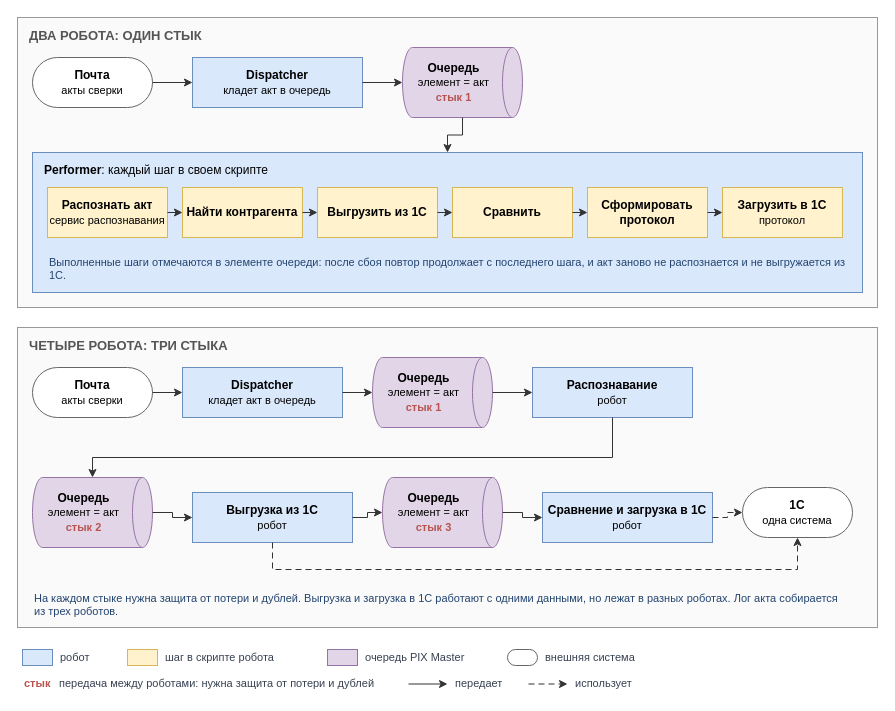
Earlier version of the draw.io diagram page "project / project-split" (3 of 8) of images/diagrams.drawio (TheMrDJek/PixRpaDevelopmentConventions). Source tidied: cells renumbered, new cells numbered last; positions are measured from the earlier drawing's top-left corner, leaving out a move shared by most shapes. Both pictures are drawn from the tidied source at 100%, with x=0, y=0 at pixel (17, 17).
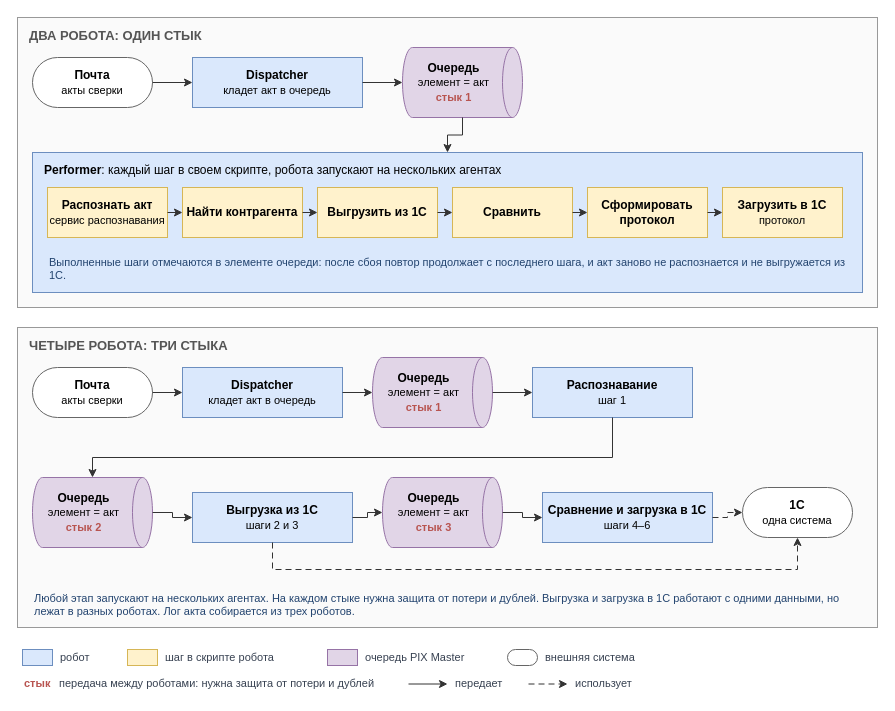
The same page after the edit.

Commit message (it also covers changes not shown here):
docs: project.md, пример сверки актов подробнее: процесс, шаги, оба варианта масштабируются

The edit, as a diff of the source:
```diff
@@
-    <mxCell id="8" value="&lt;b&gt;Performer&lt;/b&gt;: каждый шаг в своем скрипте" style="rounded=0;fillColor=#DAE8FC;strokeColor=#6C8EBF;strokeWidth=1;fontColor=#000000;fontSize=12;whiteSpace=wrap;html=1;fontFamily=Helvetica;verticalAlign=top;align=left;spacingLeft=10;spacingTop=4;" parent="1" vertex="1">
+    <mxCell id="8" value="&lt;b&gt;Performer&lt;/b&gt;: каждый шаг в своем скрипте, робота запускают на нескольких агентах" style="rounded=0;fillColor=#DAE8FC;strokeColor=#6C8EBF;strokeWidth=1;fontColor=#000000;fontSize=12;whiteSpace=wrap;html=1;fontFamily=Helvetica;verticalAlign=top;align=left;spacingLeft=10;spacingTop=4;" parent="1" vertex="1">
       <mxGeometry x="15" y="135" width="830" height="140" as="geometry" />
     </mxCell>
@@
-    <mxCell id="26" value="&lt;b&gt;Распознавание&lt;/b&gt;&lt;br&gt;&lt;font style=&quot;font-size:11px&quot;&gt;робот&lt;/font&gt;" style="rounded=0;fillColor=#DAE8FC;strokeColor=#6C8EBF;strokeWidth=1;fontColor=#000000;fontSize=12;whiteSpace=wrap;html=1;fontFamily=Helvetica;" parent="1" vertex="1">
+    <mxCell id="26" value="&lt;b&gt;Распознавание&lt;/b&gt;&lt;br&gt;&lt;font style=&quot;font-size:11px&quot;&gt;шаг 1&lt;/font&gt;" style="rounded=0;fillColor=#DAE8FC;strokeColor=#6C8EBF;strokeWidth=1;fontColor=#000000;fontSize=12;whiteSpace=wrap;html=1;fontFamily=Helvetica;" parent="1" vertex="1">
       <mxGeometry x="515" y="350" width="160" height="50" as="geometry" />
     </mxCell>
@@
-    <mxCell id="28" value="&lt;b&gt;Выгрузка из 1С&lt;/b&gt;&lt;br&gt;&lt;font style=&quot;font-size:11px&quot;&gt;робот&lt;/font&gt;" style="rounded=0;fillColor=#DAE8FC;strokeColor=#6C8EBF;strokeWidth=1;fontColor=#000000;fontSize=12;whiteSpace=wrap;html=1;fontFamily=Helvetica;" parent="1" vertex="1">
+    <mxCell id="28" value="&lt;b&gt;Выгрузка из 1С&lt;/b&gt;&lt;br&gt;&lt;font style=&quot;font-size:11px&quot;&gt;шаги 2 и 3&lt;/font&gt;" style="rounded=0;fillColor=#DAE8FC;strokeColor=#6C8EBF;strokeWidth=1;fontColor=#000000;fontSize=12;whiteSpace=wrap;html=1;fontFamily=Helvetica;" parent="1" vertex="1">
       <mxGeometry x="175" y="475" width="160" height="50" as="geometry" />
     </mxCell>
@@
-    <mxCell id="30" value="&lt;b&gt;Сравнение и загрузка в 1С&lt;/b&gt;&lt;br&gt;&lt;font style=&quot;font-size:11px&quot;&gt;робот&lt;/font&gt;" style="rounded=0;fillColor=#DAE8FC;strokeColor=#6C8EBF;strokeWidth=1;fontColor=#000000;fontSize=12;whiteSpace=wrap;html=1;fontFamily=Helvetica;" parent="1" vertex="1">
+    <mxCell id="30" value="&lt;b&gt;Сравнение и загрузка в 1С&lt;/b&gt;&lt;br&gt;&lt;font style=&quot;font-size:11px&quot;&gt;шаги 4–6&lt;/font&gt;" style="rounded=0;fillColor=#DAE8FC;strokeColor=#6C8EBF;strokeWidth=1;fontColor=#000000;fontSize=12;whiteSpace=wrap;html=1;fontFamily=Helvetica;" parent="1" vertex="1">
       <mxGeometry x="525" y="475" width="170" height="50" as="geometry" />
     </mxCell>
@@
-    <mxCell id="41" value="На каждом стыке нужна защита от потери и дублей. Выгрузка и загрузка в 1С работают с одними данными, но лежат в разных роботах. Лог акта собирается из трех роботов." style="text;strokeColor=none;fillColor=none;align=left;verticalAlign=top;fontSize=11;fontColor=#23446F;whiteSpace=wrap;html=1;fontFamily=Helvetica;" parent="1" vertex="1">
+    <mxCell id="41" value="Любой этап запускают на нескольких агентах. На каждом стыке нужна защита от потери и дублей. Выгрузка и загрузка в 1С работают с одними данными, но лежат в разных роботах. Лог акта собирается из трех роботов." style="text;strokeColor=none;fillColor=none;align=left;verticalAlign=top;fontSize=11;fontColor=#23446F;whiteSpace=wrap;html=1;fontFamily=Helvetica;" parent="1" vertex="1">
       <mxGeometry x="15" y="568" width="820" height="36" as="geometry" />
     </mxCell>
```
